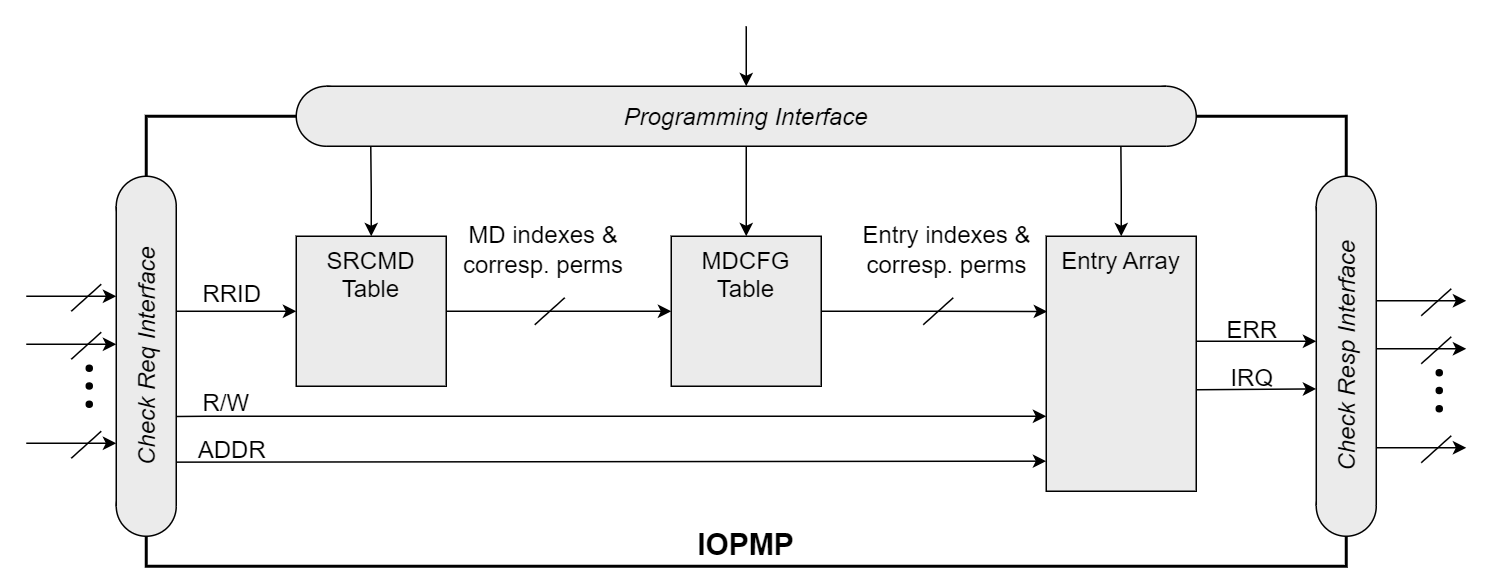
The draw.io diagram images/iopmp_unit_block_diagram.png in riscv-non-isa/iopmp-spec, before a commit. Source tidied: cells renumbered, new cells last; positions are measured from the earlier drawing's top-left corner, leaving out a move shared by most shapes. Source of this version:
```xml
<mxGraphModel math="1">
  <root>
    <mxCell id="0" />
    <mxCell id="1" parent="0" />
    <mxCell id="2" value="&lt;font style=&quot;font-size: 20px;&quot;&gt;&lt;b&gt;IOPMP&lt;/b&gt;&lt;/font&gt;" style="rounded=0;whiteSpace=wrap;html=1;strokeWidth=2;verticalAlign=bottom;" parent="1" vertex="1">
      <mxGeometry x="100" y="60" width="800" height="300" as="geometry" />
    </mxCell>
    <mxCell id="3" style="edgeStyle=orthogonalEdgeStyle;rounded=0;jettySize=auto;html=1;exitX=1;exitY=0.5;exitDx=0;exitDy=0;entryX=0;entryY=0.5;entryDx=0;entryDy=0;" parent="1" edge="1" source="4" target="5">
      <mxGeometry relative="1" as="geometry" />
    </mxCell>
    <mxCell id="4" value="&lt;font style=&quot;font-size: 16px;&quot;&gt;SRCMD&lt;/font&gt;&lt;div style=&quot;font-size: 16px;&quot;&gt;&lt;font style=&quot;font-size: 16px;&quot;&gt;Table&lt;/font&gt;&lt;/div&gt;" style="rounded=0;whiteSpace=wrap;html=1;verticalAlign=top;fillColor=#EBEBEB;" parent="1" vertex="1">
      <mxGeometry x="200" y="140" width="100" height="100" as="geometry" />
    </mxCell>
    <mxCell id="5" value="&lt;font style=&quot;font-size: 16px;&quot;&gt;MDCFG&lt;/font&gt;&lt;div style=&quot;font-size: 16px;&quot;&gt;&lt;font style=&quot;font-size: 16px;&quot;&gt;Table&lt;/font&gt;&lt;/div&gt;" style="rounded=0;whiteSpace=wrap;html=1;verticalAlign=top;fillColor=#EBEBEB;" parent="1" vertex="1">
      <mxGeometry x="450" y="140" width="100" height="100" as="geometry" />
    </mxCell>
    <mxCell id="6" value="&lt;span style=&quot;font-size: 16px;&quot;&gt;Entry&amp;nbsp;&lt;/span&gt;&lt;span style=&quot;font-size: 16px; background-color: initial;&quot;&gt;Array&lt;/span&gt;" style="rounded=0;whiteSpace=wrap;html=1;verticalAlign=top;fillColor=#EBEBEB;" parent="1" vertex="1">
      <mxGeometry x="700" y="140" width="100" height="170" as="geometry" />
    </mxCell>
    <mxCell id="7" style="edgeStyle=orthogonalEdgeStyle;rounded=0;jettySize=auto;html=1;exitX=0.5;exitY=0;exitDx=0;exitDy=0;startArrow=classic;startFill=1;endArrow=none;endFill=0;" parent="1" edge="1" source="5">
      <mxGeometry relative="1" as="geometry">
        <mxPoint x="500" y="80" as="targetPoint" />
      </mxGeometry>
    </mxCell>
    <mxCell id="8" style="edgeStyle=orthogonalEdgeStyle;rounded=0;jettySize=auto;html=1;exitX=0.5;exitY=0;exitDx=0;exitDy=0;entryX=0.053;entryY=1;entryDx=0;entryDy=0;entryPerimeter=0;startArrow=classic;startFill=1;endArrow=none;endFill=0;" parent="1" edge="1" source="4" target="19">
      <mxGeometry relative="1" as="geometry" />
    </mxCell>
    <mxCell id="9" style="edgeStyle=orthogonalEdgeStyle;rounded=0;jettySize=auto;html=1;exitX=0.5;exitY=0;exitDx=0;exitDy=0;startArrow=classic;startFill=1;endArrow=none;endFill=0;entryX=0.946;entryY=0.999;entryDx=0;entryDy=0;entryPerimeter=0;" parent="1" edge="1" source="6" target="19">
      <mxGeometry relative="1" as="geometry" />
    </mxCell>
    <mxCell id="10" style="ellipse;whiteSpace=wrap;html=1;fillColor=#EBEBEB;rotation=-90;" parent="1" vertex="1">
      <mxGeometry x="80" y="100" width="40" height="40" as="geometry" />
    </mxCell>
    <mxCell id="11" style="ellipse;whiteSpace=wrap;html=1;fillColor=#EBEBEB;rotation=-90;" parent="1" vertex="1">
      <mxGeometry x="80" y="300" width="40" height="40" as="geometry" />
    </mxCell>
    <mxCell id="12" value="&lt;i&gt;&lt;font style=&quot;font-size: 16px;&quot;&gt;Check Req Interface&lt;/font&gt;&lt;/i&gt;" style="rounded=0;whiteSpace=wrap;html=1;shape=mxgraph.basic.rect;left=0;right=0;fillColor=#EBEBEB;rotation=-90;" parent="1" vertex="1">
      <mxGeometry y="200" width="200" height="40" as="geometry" />
    </mxCell>
    <mxCell id="13" style="ellipse;whiteSpace=wrap;html=1;fillColor=#EBEBEB;rotation=-90;" parent="1" vertex="1">
      <mxGeometry x="880" y="100" width="40" height="40" as="geometry" />
    </mxCell>
    <mxCell id="14" style="ellipse;whiteSpace=wrap;html=1;fillColor=#EBEBEB;rotation=-90;" parent="1" vertex="1">
      <mxGeometry x="880" y="300" width="40" height="40" as="geometry" />
    </mxCell>
    <mxCell id="15" value="&lt;i&gt;&lt;font style=&quot;font-size: 16px;&quot;&gt;Check Resp Interface&lt;/font&gt;&lt;/i&gt;" style="rounded=0;whiteSpace=wrap;html=1;shape=mxgraph.basic.rect;left=0;right=0;fillColor=#EBEBEB;rotation=-90;" parent="1" vertex="1">
      <mxGeometry x="800.2" y="199.8" width="199.5" height="40" as="geometry" />
    </mxCell>
    <mxCell id="16" style="ellipse;whiteSpace=wrap;html=1;fillColor=#EBEBEB;" parent="1" vertex="1">
      <mxGeometry x="760" y="40" width="40" height="40" as="geometry" />
    </mxCell>
    <mxCell id="17" style="ellipse;whiteSpace=wrap;html=1;fillColor=#EBEBEB;" parent="1" vertex="1">
      <mxGeometry x="200" y="40" width="40" height="40" as="geometry" />
    </mxCell>
    <mxCell id="18" style="edgeStyle=orthogonalEdgeStyle;rounded=0;jettySize=auto;html=1;startArrow=classic;startFill=1;endArrow=none;endFill=0;" parent="1" edge="1" source="19">
      <mxGeometry relative="1" as="geometry">
        <mxPoint x="500" as="targetPoint" />
      </mxGeometry>
    </mxCell>
    <mxCell id="19" value="&lt;i&gt;&lt;font style=&quot;font-size: 16px;&quot;&gt;Programming Interface&lt;/font&gt;&lt;/i&gt;" style="rounded=0;whiteSpace=wrap;html=1;shape=mxgraph.basic.rect;left=0;right=0;fillColor=#EBEBEB;" parent="1" vertex="1">
      <mxGeometry x="220" y="40" width="560" height="40" as="geometry" />
    </mxCell>
    <mxCell id="20" style="edgeStyle=orthogonalEdgeStyle;rounded=0;orthogonalLoop=1;jettySize=auto;html=1;exitX=0;exitY=0.25;exitDx=0;exitDy=0;startArrow=classic;startFill=1;endArrow=none;endFill=0;" parent="1" edge="1">
      <mxGeometry relative="1" as="geometry">
        <mxPoint x="200" y="190" as="sourcePoint" />
        <mxPoint x="120" y="190" as="targetPoint" />
      </mxGeometry>
    </mxCell>
    <mxCell id="21" style="endArrow=classic;html=1;rounded=0;entryX=0;entryY=0.706;entryDx=0;entryDy=0;entryPerimeter=0;exitX=0.299;exitY=1.006;exitDx=0;exitDy=0;exitPerimeter=0;" parent="1" edge="1" source="12" target="6">
      <mxGeometry relative="1" as="geometry">
        <Array as="points">
          <mxPoint x="140" y="260" />
          <mxPoint x="180" y="260" />
        </Array>
      </mxGeometry>
    </mxCell>
    <mxCell id="22" style="endArrow=classic;html=1;rounded=0;exitX=0.147;exitY=0.999;exitDx=0;exitDy=0;exitPerimeter=0;entryX=0;entryY=0.882;entryDx=0;entryDy=0;entryPerimeter=0;" parent="1" edge="1" source="12" target="6">
      <mxGeometry relative="1" as="geometry" />
    </mxCell>
    <mxCell id="23" style="endArrow=classic;html=1;rounded=0;endFill=1;" parent="1" edge="1">
      <mxGeometry relative="1" as="geometry">
        <mxPoint x="20" y="180" as="sourcePoint" />
        <mxPoint x="80" y="180" as="targetPoint" />
      </mxGeometry>
    </mxCell>
    <mxCell id="24" style="endArrow=none;html=1;rounded=0;" parent="1" edge="1">
      <mxGeometry relative="1" as="geometry">
        <mxPoint x="50" y="190" as="sourcePoint" />
        <mxPoint x="70" y="172" as="targetPoint" />
      </mxGeometry>
    </mxCell>
    <mxCell id="25" style="endArrow=classic;html=1;rounded=0;endFill=1;" parent="1" edge="1">
      <mxGeometry relative="1" as="geometry">
        <mxPoint x="20" y="278" as="sourcePoint" />
        <mxPoint x="80" y="278" as="targetPoint" />
      </mxGeometry>
    </mxCell>
    <mxCell id="26" style="endArrow=none;html=1;rounded=0;" parent="1" edge="1">
      <mxGeometry relative="1" as="geometry">
        <mxPoint x="50" y="288" as="sourcePoint" />
        <mxPoint x="70" y="270" as="targetPoint" />
      </mxGeometry>
    </mxCell>
    <mxCell id="27" style="endArrow=classic;html=1;rounded=0;endFill=1;" parent="1" edge="1">
      <mxGeometry relative="1" as="geometry">
        <mxPoint x="20" y="212" as="sourcePoint" />
        <mxPoint x="80" y="212" as="targetPoint" />
      </mxGeometry>
    </mxCell>
    <mxCell id="28" style="endArrow=none;html=1;rounded=0;" parent="1" edge="1">
      <mxGeometry relative="1" as="geometry">
        <mxPoint x="50" y="222" as="sourcePoint" />
        <mxPoint x="70" y="204" as="targetPoint" />
      </mxGeometry>
    </mxCell>
    <mxCell id="29" style="vsdxID=76;fillColor=#000000;gradientColor=none;shape=(stored shape, 216 characters);labelBackgroundColor=none;rounded=0;html=1;whiteSpace=wrap;" parent="1" vertex="1">
      <mxGeometry x="60" y="226" width="4" height="4" as="geometry" />
    </mxCell>
    <mxCell id="30" style="vsdxID=76;fillColor=#000000;gradientColor=none;shape=(stored shape, 216 characters);labelBackgroundColor=none;rounded=0;html=1;whiteSpace=wrap;" parent="1" vertex="1">
      <mxGeometry x="60" y="237.8" width="4" height="4" as="geometry" />
    </mxCell>
    <mxCell id="31" style="vsdxID=76;fillColor=#000000;gradientColor=none;shape=(stored shape, 216 characters);labelBackgroundColor=none;rounded=0;html=1;whiteSpace=wrap;" parent="1" vertex="1">
      <mxGeometry x="60" y="250" width="4" height="4" as="geometry" />
    </mxCell>
    <mxCell id="32" style="edgeStyle=orthogonalEdgeStyle;rounded=0;orthogonalLoop=1;jettySize=auto;html=1;entryX=0.007;entryY=0.296;entryDx=0;entryDy=0;entryPerimeter=0;" parent="1" edge="1">
      <mxGeometry relative="1" as="geometry">
        <mxPoint x="800" y="210" as="sourcePoint" />
        <mxPoint x="880" y="210" as="targetPoint" />
      </mxGeometry>
    </mxCell>
    <mxCell id="33" style="edgeStyle=orthogonalEdgeStyle;rounded=0;jettySize=auto;html=1;entryX=0.007;entryY=0.296;entryDx=0;entryDy=0;entryPerimeter=0;exitX=1;exitY=0.602;exitDx=0;exitDy=0;exitPerimeter=0;" parent="1" edge="1" source="6">
      <mxGeometry relative="1" as="geometry">
        <mxPoint x="880" y="241.8" as="targetPoint" />
      </mxGeometry>
    </mxCell>
    <mxCell id="34" style="endArrow=classic;html=1;rounded=0;endFill=1;" parent="1" edge="1">
      <mxGeometry relative="1" as="geometry">
        <mxPoint x="920" y="183" as="sourcePoint" />
        <mxPoint x="980" y="183" as="targetPoint" />
      </mxGeometry>
    </mxCell>
    <mxCell id="35" style="endArrow=none;html=1;rounded=0;" parent="1" edge="1">
      <mxGeometry relative="1" as="geometry">
        <mxPoint x="950" y="193" as="sourcePoint" />
        <mxPoint x="970" y="175" as="targetPoint" />
      </mxGeometry>
    </mxCell>
    <mxCell id="36" style="endArrow=classic;html=1;rounded=0;endFill=1;" parent="1" edge="1">
      <mxGeometry relative="1" as="geometry">
        <mxPoint x="920" y="281" as="sourcePoint" />
        <mxPoint x="980" y="281" as="targetPoint" />
      </mxGeometry>
    </mxCell>
    <mxCell id="37" style="endArrow=none;html=1;rounded=0;" parent="1" edge="1">
      <mxGeometry relative="1" as="geometry">
        <mxPoint x="950" y="291" as="sourcePoint" />
        <mxPoint x="970" y="273" as="targetPoint" />
      </mxGeometry>
    </mxCell>
    <mxCell id="38" style="endArrow=classic;html=1;rounded=0;endFill=1;" parent="1" edge="1">
      <mxGeometry relative="1" as="geometry">
        <mxPoint x="920" y="215" as="sourcePoint" />
        <mxPoint x="980" y="215" as="targetPoint" />
      </mxGeometry>
    </mxCell>
    <mxCell id="39" style="endArrow=none;html=1;rounded=0;" parent="1" edge="1">
      <mxGeometry relative="1" as="geometry">
        <mxPoint x="950" y="225" as="sourcePoint" />
        <mxPoint x="970" y="207" as="targetPoint" />
      </mxGeometry>
    </mxCell>
    <mxCell id="40" style="vsdxID=76;fillColor=#000000;gradientColor=none;shape=(stored shape, 216 characters);labelBackgroundColor=none;rounded=0;html=1;whiteSpace=wrap;" parent="1" vertex="1">
      <mxGeometry x="960" y="229" width="4" height="4" as="geometry" />
    </mxCell>
    <mxCell id="41" style="vsdxID=76;fillColor=#000000;gradientColor=none;shape=(stored shape, 216 characters);labelBackgroundColor=none;rounded=0;html=1;whiteSpace=wrap;" parent="1" vertex="1">
      <mxGeometry x="960" y="240.8" width="4" height="4" as="geometry" />
    </mxCell>
    <mxCell id="42" style="vsdxID=76;fillColor=#000000;gradientColor=none;shape=(stored shape, 216 characters);labelBackgroundColor=none;rounded=0;html=1;whiteSpace=wrap;" parent="1" vertex="1">
      <mxGeometry x="960" y="253" width="4" height="4" as="geometry" />
    </mxCell>
    <mxCell id="43" value="&lt;font style=&quot;font-weight: normal; font-size: 16px;&quot;&gt;RRID&lt;/font&gt;" style="text;strokeColor=none;fillColor=none;html=1;fontSize=24;fontStyle=1;verticalAlign=middle;align=center;" parent="1" vertex="1">
      <mxGeometry x="127" y="162" width="60" height="28" as="geometry" />
    </mxCell>
    <mxCell id="44" value="&lt;font style=&quot;font-weight: normal; font-size: 16px;&quot;&gt;R/W&lt;/font&gt;" style="text;strokeColor=none;fillColor=none;html=1;fontSize=24;fontStyle=1;verticalAlign=middle;align=center;" parent="1" vertex="1">
      <mxGeometry x="128" y="237.8" width="50" height="22" as="geometry" />
    </mxCell>
    <mxCell id="45" value="&lt;font style=&quot;font-weight: normal; font-size: 16px;&quot;&gt;ADDR&lt;/font&gt;" style="text;strokeColor=none;fillColor=none;html=1;fontSize=24;fontStyle=1;verticalAlign=middle;align=center;" parent="1" vertex="1">
      <mxGeometry x="127" y="270" width="60" height="20" as="geometry" />
    </mxCell>
    <mxCell id="46" value="&lt;font style=&quot;font-weight: normal; font-size: 16px;&quot;&gt;ERR&lt;/font&gt;" style="text;strokeColor=none;fillColor=none;html=1;fontSize=24;fontStyle=1;verticalAlign=middle;align=center;" parent="1" vertex="1">
      <mxGeometry x="807" y="190" width="60" height="20" as="geometry" />
    </mxCell>
    <mxCell id="47" value="&lt;font style=&quot;font-weight: normal; font-size: 16px;&quot;&gt;IRQ&lt;/font&gt;" style="text;strokeColor=none;fillColor=none;html=1;fontSize=24;fontStyle=1;verticalAlign=middle;align=center;" parent="1" vertex="1">
      <mxGeometry x="807" y="220" width="60" height="23" as="geometry" />
    </mxCell>
    <mxCell id="48" value="&lt;font style=&quot;font-size: 16px;&quot;&gt;&lt;font style=&quot;font-size: 16px;&quot;&gt;MD indexes&amp;nbsp;&lt;/font&gt;&lt;span style=&quot;background-color: initial;&quot;&gt;&amp;amp;&lt;/span&gt;&lt;/font&gt;&lt;div style=&quot;font-size: 16px;&quot;&gt;&lt;div style=&quot;&quot;&gt;&lt;font style=&quot;font-size: 16px;&quot;&gt;corresp. perms&lt;/font&gt;&lt;/div&gt;&lt;/div&gt;" style="text;html=1;align=center;verticalAlign=middle;whiteSpace=wrap;rounded=0;" parent="1" vertex="1">
      <mxGeometry x="310" y="120" width="110" height="58" as="geometry" />
    </mxCell>
    <mxCell id="49" style="endArrow=none;html=1;rounded=0;" parent="1" edge="1">
      <mxGeometry relative="1" as="geometry">
        <mxPoint x="359" y="199" as="sourcePoint" />
        <mxPoint x="379" y="181" as="targetPoint" />
      </mxGeometry>
    </mxCell>
    <mxCell id="50" style="edgeStyle=orthogonalEdgeStyle;rounded=0;jettySize=auto;html=1;exitX=1;exitY=0.5;exitDx=0;exitDy=0;entryX=0.006;entryY=0.295;entryDx=0;entryDy=0;entryPerimeter=0;" parent="1" edge="1" source="5" target="6">
      <mxGeometry relative="1" as="geometry" />
    </mxCell>
    <mxCell id="51" style="endArrow=none;html=1;rounded=0;" parent="1" edge="1">
      <mxGeometry relative="1" as="geometry">
        <mxPoint x="618" y="199" as="sourcePoint" />
        <mxPoint x="638" y="181" as="targetPoint" />
      </mxGeometry>
    </mxCell>
    <mxCell id="52" value="&lt;font style=&quot;font-size: 16px;&quot;&gt;Entry indexes &amp;amp;&lt;/font&gt;&lt;div style=&quot;font-size: 16px;&quot;&gt;&lt;font style=&quot;font-size: 16px;&quot;&gt;corresp. perms&lt;/font&gt;&lt;/div&gt;" style="text;html=1;align=center;verticalAlign=middle;whiteSpace=wrap;rounded=0;" parent="1" vertex="1">
      <mxGeometry x="574" y="120" width="120" height="58" as="geometry" />
    </mxCell>
  </root>
</mxGraphModel>
```
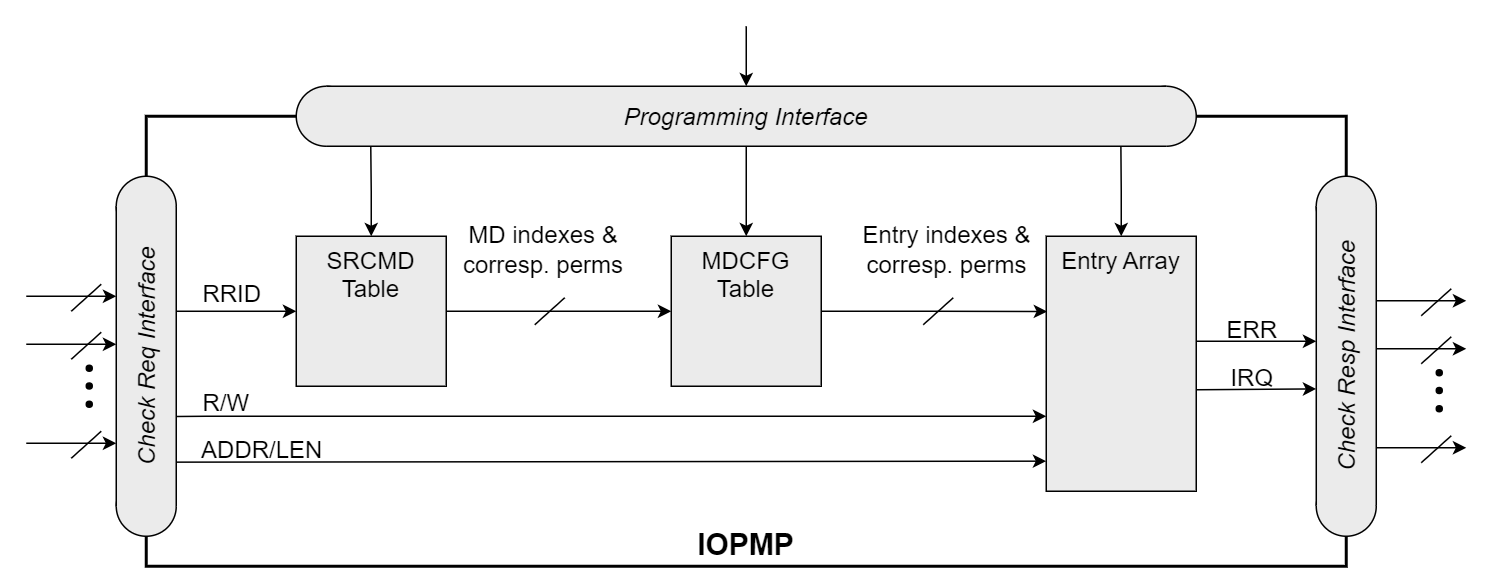
Later version of the same file.

Change to the diagram source:
```diff
@@ -184,8 +184,8 @@
     <mxCell id="44" value="&lt;font style=&quot;font-weight: normal; font-size: 16px;&quot;&gt;R/W&lt;/font&gt;" style="text;strokeColor=none;fillColor=none;html=1;fontSize=24;fontStyle=1;verticalAlign=middle;align=center;" parent="1" vertex="1">
       <mxGeometry x="128" y="237.8" width="50" height="22" as="geometry" />
     </mxCell>
-    <mxCell id="45" value="&lt;font style=&quot;font-weight: normal; font-size: 16px;&quot;&gt;ADDR&lt;/font&gt;" style="text;strokeColor=none;fillColor=none;html=1;fontSize=24;fontStyle=1;verticalAlign=middle;align=center;" parent="1" vertex="1">
-      <mxGeometry x="127" y="270" width="60" height="20" as="geometry" />
+    <mxCell id="45" value="&lt;font style=&quot;font-weight: normal; font-size: 16px;&quot;&gt;ADDR/LEN&lt;/font&gt;" style="text;strokeColor=none;fillColor=none;html=1;fontSize=24;fontStyle=1;verticalAlign=middle;align=center;" parent="1" vertex="1">
+      <mxGeometry x="127" y="270" width="100" height="20" as="geometry" />
     </mxCell>
     <mxCell id="46" value="&lt;font style=&quot;font-weight: normal; font-size: 16px;&quot;&gt;ERR&lt;/font&gt;" style="text;strokeColor=none;fillColor=none;html=1;fontSize=24;fontStyle=1;verticalAlign=middle;align=center;" parent="1" vertex="1">
       <mxGeometry x="807" y="190" width="60" height="20" as="geometry" />
```
